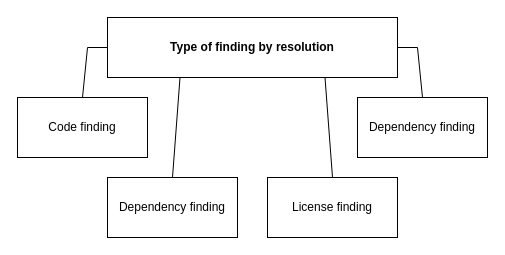
Before: Untitled Diagram.drawio in s-santillan/semgrep-docs-diagrams, a draw.io diagram. Source tidied: cells renumbered, new cells numbered last; positions are measured from the earlier drawing's top-left corner, leaving out a move shared by most shapes. Both pictures are drawn from the tidied source at 100%, with x=0, y=0 at pixel (17, 17).
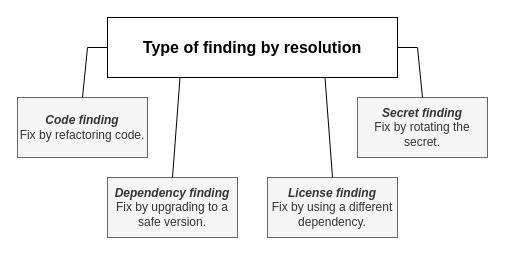
The same diagram, later.

What changed in the source:
```diff
@@
 <mxGraphModel>
   <root>
     <mxCell id="0" />
     <mxCell id="1" parent="0" />
-    <mxCell id="2" value="Code finding" style="rounded=0;whiteSpace=wrap;html=1;" parent="1" vertex="1">
+    <mxCell id="2" value="&lt;i&gt;&lt;b&gt;Code finding&lt;/b&gt;&lt;/i&gt;&lt;br&gt;Fix by refactoring code." style="rounded=0;whiteSpace=wrap;html=1;fillColor=#f5f5f5;fontColor=#333333;strokeColor=#666666;" parent="1" vertex="1">
       <mxGeometry y="80" width="130" height="60" as="geometry" />
     </mxCell>
-    <mxCell id="3" value="Type of finding by resolution" style="rounded=0;whiteSpace=wrap;html=1;fontStyle=1;" parent="1" vertex="1">
+    <mxCell id="3" value="Type of finding by resolution" style="rounded=0;whiteSpace=wrap;html=1;fontStyle=1;fontSize=16;" parent="1" vertex="1">
       <mxGeometry x="90" width="290" height="60" as="geometry" />
     </mxCell>
-    <mxCell id="4" value="Dependency finding" style="rounded=0;whiteSpace=wrap;html=1;" parent="1" vertex="1">
+    <mxCell id="4" value="&lt;i&gt;&lt;b&gt;Dependency finding&lt;/b&gt;&lt;/i&gt;&lt;br&gt;Fix by upgrading to a safe version." style="rounded=0;whiteSpace=wrap;html=1;fillColor=#f5f5f5;strokeColor=#666666;fontColor=#333333;" parent="1" vertex="1">
       <mxGeometry x="90" y="160" width="130" height="60" as="geometry" />
     </mxCell>
-    <mxCell id="5" value="Dependency finding" style="rounded=0;whiteSpace=wrap;html=1;" parent="1" vertex="1">
+    <mxCell id="5" value="&lt;i&gt;&lt;b&gt;Secret finding&lt;/b&gt;&lt;/i&gt;&lt;br&gt;Fix by rotating the secret." style="rounded=0;whiteSpace=wrap;html=1;fillColor=#f5f5f5;fontColor=#333333;strokeColor=#666666;" parent="1" vertex="1">
       <mxGeometry x="340" y="80" width="130" height="60" as="geometry" />
     </mxCell>
-    <mxCell id="6" value="License finding" style="rounded=0;whiteSpace=wrap;html=1;" parent="1" vertex="1">
+    <mxCell id="6" value="&lt;i&gt;&lt;b&gt;License finding&lt;/b&gt;&lt;/i&gt;&lt;br&gt;Fix by using a different dependency." style="rounded=0;whiteSpace=wrap;html=1;fillColor=#f5f5f5;strokeColor=#666666;fontColor=#333333;" parent="1" vertex="1">
       <mxGeometry x="250" y="160" width="130" height="60" as="geometry" />
     </mxCell>
     <mxCell id="7" style="endArrow=none;html=1;rounded=0;entryX=0;entryY=0.5;entryDx=0;entryDy=0;exitX=0.5;exitY=0;exitDx=0;exitDy=0;" parent="1" edge="1" source="2" target="3">
       <mxGeometry relative="1" as="geometry">
         <Array as="points">
           <mxPoint x="70" y="30" />
         </Array>
       </mxGeometry>
     </mxCell>
     <mxCell id="8" style="endArrow=none;html=1;rounded=0;entryX=1;entryY=0.5;entryDx=0;entryDy=0;exitX=0.5;exitY=0;exitDx=0;exitDy=0;" parent="1" edge="1" source="5" target="3">
       <mxGeometry relative="1" as="geometry">
         <Array as="points">
           <mxPoint x="400" y="30" />
         </Array>
       </mxGeometry>
     </mxCell>
     <mxCell id="9" style="endArrow=none;html=1;rounded=0;entryX=0.25;entryY=1;entryDx=0;entryDy=0;exitX=0.5;exitY=0;exitDx=0;exitDy=0;" parent="1" edge="1" source="4" target="3">
       <mxGeometry relative="1" as="geometry" />
     </mxCell>
     <mxCell id="10" style="endArrow=none;html=1;rounded=0;entryX=0.75;entryY=1;entryDx=0;entryDy=0;exitX=0.5;exitY=0;exitDx=0;exitDy=0;" parent="1" edge="1" source="6" target="3">
       <mxGeometry relative="1" as="geometry" />
     </mxCell>
   </root>
 </mxGraphModel>
```
